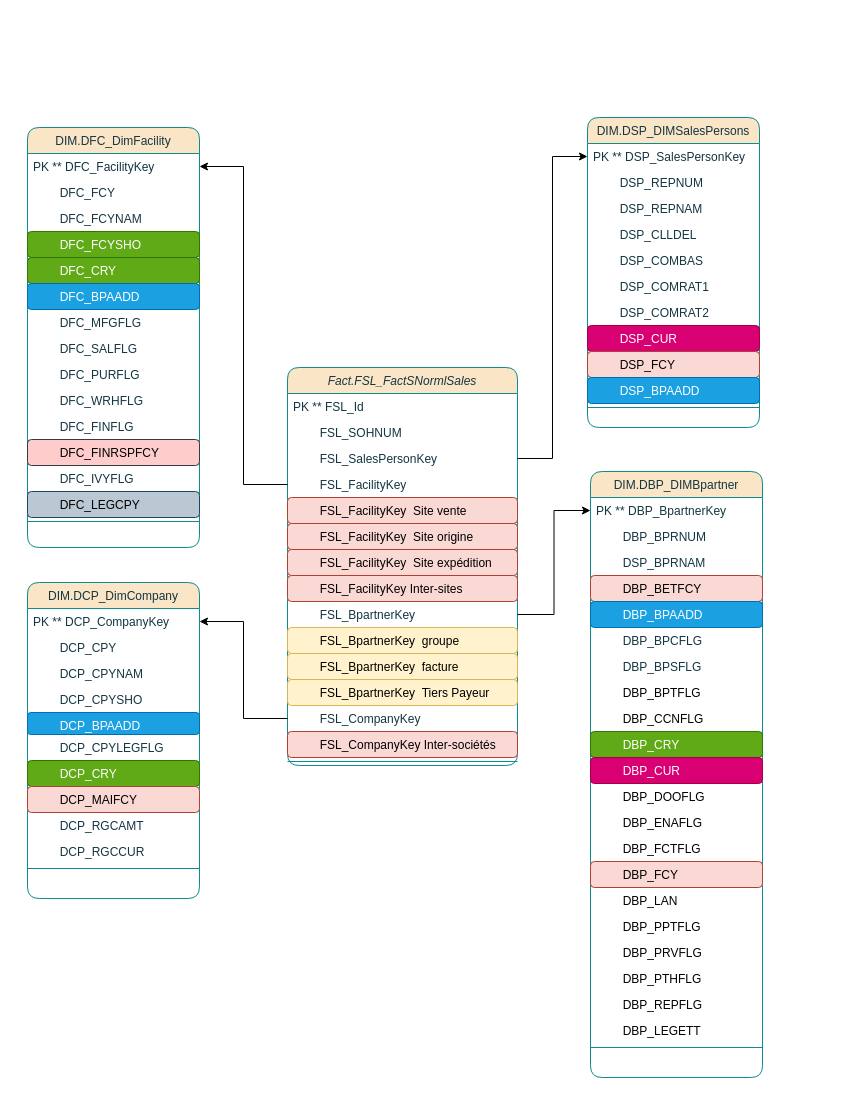
Earlier version of the draw.io diagram Diagramme de classe.drawio (BorchaniMohamed/BI_PROJECT_PFE). Source tidied: cells renumbered, new cells numbered last; positions are measured from the earlier drawing's top-left corner, leaving out a move shared by most shapes. Both pictures are drawn from the tidied source at 100%, with x=0, y=0 at pixel (27, 117).
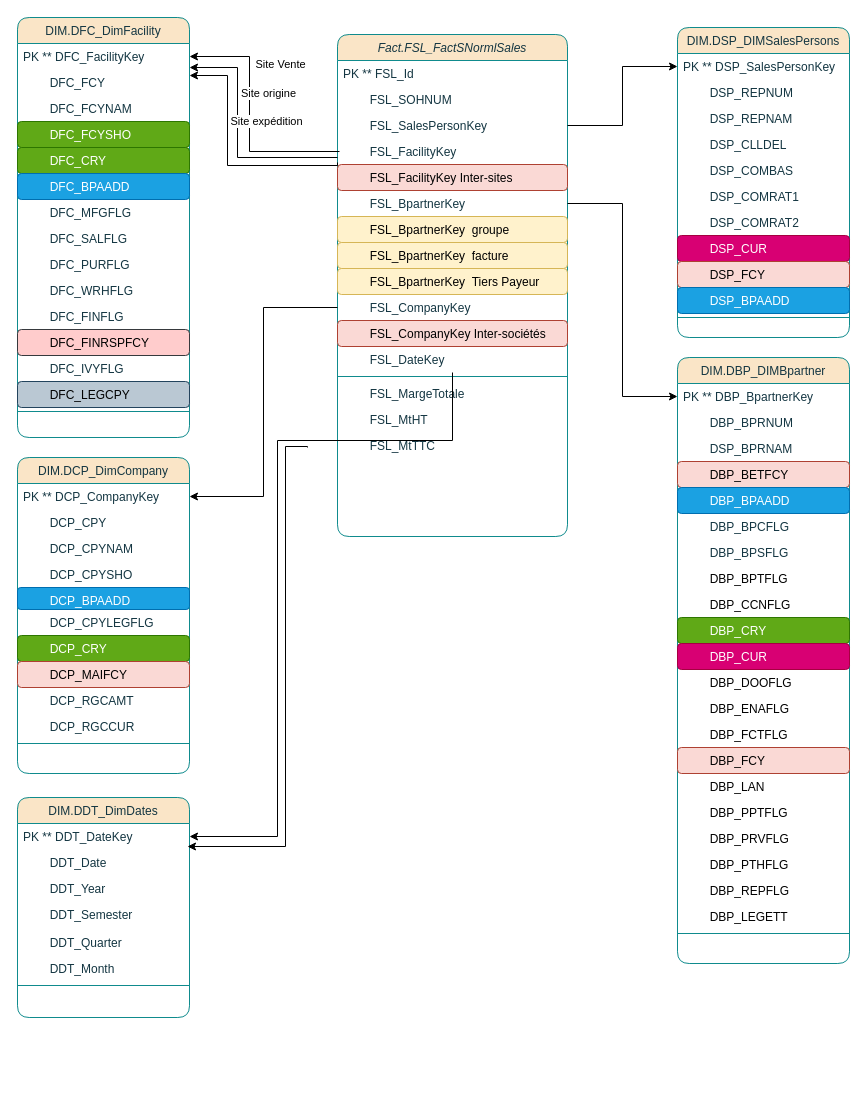
The same diagram, later.

Commit message:
Mettre à jour Diagramme de classe.drawio

The change refers to these unchanged cells:
```xml
<mxCell id="6" value="        FSL_FacilityKey" style="text;align=left;verticalAlign=top;spacingLeft=4;spacingRight=4;overflow=hidden;points=[[0,0.5],[1,0.5]];portConstraint=eastwest;rounded=1;shadow=0;html=0;labelBackgroundColor=none;fontColor=#143642;" parent="2" vertex="1">
  <mxGeometry y="104" width="230" height="26" as="geometry" />
</mxCell>
<mxCell id="32" value="PK ** DFC_FacilityKey" style="text;align=left;verticalAlign=top;spacingLeft=4;spacingRight=4;overflow=hidden;points=[[0,0.5],[1,0.5]];portConstraint=eastwest;labelBackgroundColor=none;fontColor=#143642;rounded=1;" parent="31" vertex="1">
  <mxGeometry y="26" width="172" height="26" as="geometry" />
</mxCell>
```

Diff of the diagram source:
```diff
@@
     <mxCell id="2" value="Fact.FSL_FactSNormlSales" style="swimlane;fontStyle=2;align=center;verticalAlign=top;horizontal=1;startSize=26;rounded=1;shadow=0;strokeWidth=1;labelBackgroundColor=none;fillColor=#FAE5C7;strokeColor=#0F8B8D;fontColor=#143642;" parent="1" vertex="1">
-      <mxGeometry x="260" y="250" width="230" height="398" as="geometry" />
+      <mxGeometry x="310" y="-83" width="230" height="502" as="geometry" />
     </mxCell>
@@
-    <mxCell id="7" value="        FSL_FacilityKey  Site vente " style="text;align=left;verticalAlign=top;spacingLeft=4;spacingRight=4;overflow=hidden;rounded=1;shadow=0;html=0;labelBackgroundColor=none;fillColor=#fad9d5;strokeColor=#ae4132;" parent="2" vertex="1">
-      <mxGeometry y="130" width="230" height="26" as="geometry" />
-    </mxCell>
-    <mxCell id="8" value="        FSL_FacilityKey  Site origine " style="text;align=left;verticalAlign=top;spacingLeft=4;spacingRight=4;overflow=hidden;rounded=1;shadow=0;html=0;labelBackgroundColor=none;fillColor=#fad9d5;strokeColor=#ae4132;" parent="2" vertex="1">
-      <mxGeometry y="156" width="230" height="26" as="geometry" />
-    </mxCell>
-    <mxCell id="9" value="        FSL_FacilityKey  Site expédition " style="text;align=left;verticalAlign=top;spacingLeft=4;spacingRight=4;overflow=hidden;rounded=1;shadow=0;html=0;labelBackgroundColor=none;fillColor=#fad9d5;strokeColor=#ae4132;" parent="2" vertex="1">
-      <mxGeometry y="182" width="230" height="26" as="geometry" />
-    </mxCell>
     <mxCell id="10" value="        FSL_FacilityKey Inter-sites " style="text;align=left;verticalAlign=top;spacingLeft=4;spacingRight=4;overflow=hidden;rounded=1;shadow=0;html=0;labelBackgroundColor=none;fillColor=#fad9d5;strokeColor=#ae4132;" parent="2" vertex="1">
-      <mxGeometry y="208" width="230" height="26" as="geometry" />
+      <mxGeometry y="130" width="230" height="26" as="geometry" />
     </mxCell>
     <mxCell id="11" value="        FSL_BpartnerKey" style="text;align=left;verticalAlign=top;spacingLeft=4;spacingRight=4;overflow=hidden;points=[[0,0.5],[1,0.5]];portConstraint=eastwest;rounded=1;shadow=0;html=0;labelBackgroundColor=none;fontColor=#143642;" parent="2" vertex="1">
-      <mxGeometry y="234" width="230" height="26" as="geometry" />
+      <mxGeometry y="156" width="230" height="26" as="geometry" />
     </mxCell>
     <mxCell id="12" value="        FSL_BpartnerKey  groupe" style="text;align=left;verticalAlign=top;spacingLeft=4;spacingRight=4;overflow=hidden;rounded=1;shadow=0;html=0;labelBackgroundColor=none;fillColor=#fff2cc;strokeColor=#d6b656;" parent="2" vertex="1">
-      <mxGeometry y="260" width="230" height="26" as="geometry" />
+      <mxGeometry y="182" width="230" height="26" as="geometry" />
     </mxCell>
     <mxCell id="13" value="        FSL_BpartnerKey  facture " style="text;align=left;verticalAlign=top;spacingLeft=4;spacingRight=4;overflow=hidden;rounded=1;shadow=0;html=0;labelBackgroundColor=none;fillColor=#fff2cc;strokeColor=#d6b656;" parent="2" vertex="1">
-      <mxGeometry y="286" width="230" height="26" as="geometry" />
+      <mxGeometry y="208" width="230" height="26" as="geometry" />
     </mxCell>
     <mxCell id="14" value="        FSL_BpartnerKey  Tiers Payeur " style="text;align=left;verticalAlign=top;spacingLeft=4;spacingRight=4;overflow=hidden;rounded=1;shadow=0;html=0;labelBackgroundColor=none;fillColor=#fff2cc;strokeColor=#d6b656;" parent="2" vertex="1">
-      <mxGeometry y="312" width="230" height="26" as="geometry" />
+      <mxGeometry y="234" width="230" height="26" as="geometry" />
     </mxCell>
     <mxCell id="15" value="        FSL_CompanyKey" style="text;align=left;verticalAlign=top;spacingLeft=4;spacingRight=4;overflow=hidden;points=[[0,0.5],[1,0.5]];portConstraint=eastwest;rounded=1;shadow=0;html=0;labelBackgroundColor=none;fontColor=#143642;" parent="2" vertex="1">
-      <mxGeometry y="338" width="230" height="26" as="geometry" />
+      <mxGeometry y="260" width="230" height="26" as="geometry" />
     </mxCell>
     <mxCell id="16" value="        FSL_CompanyKey Inter-sociétés" style="text;align=left;verticalAlign=top;spacingLeft=4;spacingRight=4;overflow=hidden;rounded=1;shadow=0;html=0;labelBackgroundColor=none;fillColor=#fad9d5;strokeColor=#ae4132;" parent="2" vertex="1">
-      <mxGeometry y="364" width="230" height="26" as="geometry" />
+      <mxGeometry y="286" width="230" height="26" as="geometry" />
     </mxCell>
+    <mxCell id="85" value="        FSL_DateKey" style="text;align=left;verticalAlign=top;spacingLeft=4;spacingRight=4;overflow=hidden;points=[[0,0.5],[1,0.5]];portConstraint=eastwest;rounded=1;shadow=0;html=0;labelBackgroundColor=none;fontColor=#143642;" parent="2" vertex="1">
+      <mxGeometry y="312" width="230" height="26" as="geometry" />
+    </mxCell>
     <mxCell id="17" style="line;html=1;strokeWidth=1;align=left;verticalAlign=middle;spacingTop=-1;spacingLeft=3;spacingRight=3;labelPosition=right;labelBackgroundColor=none;fillColor=#FAE5C7;strokeColor=#0F8B8D;fontColor=#143642;rounded=1;" parent="2" vertex="1">
-      <mxGeometry y="390" width="230" height="8" as="geometry" />
+      <mxGeometry y="338" width="230" height="8" as="geometry" />
     </mxCell>
+    <mxCell id="86" value="        FSL_MargeTotale" style="text;align=left;verticalAlign=top;spacingLeft=4;spacingRight=4;overflow=hidden;rounded=1;shadow=0;html=0;labelBackgroundColor=none;fontColor=#143642;" parent="2" vertex="1">
+      <mxGeometry y="346" width="230" height="26" as="geometry" />
+    </mxCell>
+    <mxCell id="87" value="        FSL_MtHT" style="text;align=left;verticalAlign=top;spacingLeft=4;spacingRight=4;overflow=hidden;rounded=1;shadow=0;html=0;labelBackgroundColor=none;fontColor=#143642;" parent="2" vertex="1">
+      <mxGeometry y="372" width="230" height="26" as="geometry" />
+    </mxCell>
+    <mxCell id="88" value="        FSL_MtTTC" style="text;align=left;verticalAlign=top;spacingLeft=4;spacingRight=4;overflow=hidden;rounded=1;shadow=0;html=0;labelBackgroundColor=none;fontColor=#143642;" parent="2" vertex="1">
+      <mxGeometry y="398" width="230" height="26" as="geometry" />
+    </mxCell>
     <mxCell id="18" value="DIM.DSP_DIMSalesPersons" style="swimlane;fontStyle=0;align=center;verticalAlign=top;horizontal=1;startSize=26;rounded=1;shadow=0;strokeWidth=1;fillColor=#FAE5C7;strokeColor=#0F8B8D;labelBackgroundColor=none;fontColor=#143642;" parent="1" vertex="1">
-      <mxGeometry x="560" width="172" height="310" as="geometry" />
+      <mxGeometry x="650" y="-90" width="172" height="310" as="geometry" />
     </mxCell>
@@
     <mxCell id="31" value="DIM.DFC_DimFacility" style="swimlane;fontStyle=0;align=center;verticalAlign=top;horizontal=1;startSize=26;rounded=1;shadow=0;strokeWidth=1;fillColor=#FAE5C7;strokeColor=#0F8B8D;labelBackgroundColor=none;fontColor=#143642;" parent="1" vertex="1">
-      <mxGeometry y="10" width="172" height="420" as="geometry" />
+      <mxGeometry x="-10" y="-100" width="172" height="420" as="geometry" />
     </mxCell>
@@
-    <mxCell id="47" style="edgeStyle=orthogonalEdgeStyle;rounded=0;jettySize=auto;html=1;" parent="1" edge="1" source="6" target="32">
-      <mxGeometry relative="1" as="geometry" />
+    <mxCell id="47" style="edgeStyle=orthogonalEdgeStyle;rounded=0;jettySize=auto;html=1;" parent="1" edge="1" target="32">
+      <mxGeometry relative="1" as="geometry">
+        <mxPoint x="312" y="34" as="sourcePoint" />
+        <Array as="points">
+          <mxPoint x="222" y="34" />
+          <mxPoint x="222" y="-61" />
+        </Array>
+      </mxGeometry>
     </mxCell>
+    <mxCell id="89" value="Site Vente" style="edgeLabel;html=1;align=center;verticalAlign=middle;" parent="47" vertex="1">
+      <mxGeometry x="0.25" y="-5" relative="1" as="geometry">
+        <mxPoint x="25" y="-25" as="offset" />
+      </mxGeometry>
+    </mxCell>
     <mxCell id="48" value="DIM.DBP_DIMBpartner" style="swimlane;fontStyle=0;align=center;verticalAlign=top;horizontal=1;startSize=26;rounded=1;shadow=0;strokeWidth=1;fillColor=#FAE5C7;strokeColor=#0F8B8D;labelBackgroundColor=none;fontColor=#143642;" parent="1" vertex="1">
-      <mxGeometry x="563" y="354" width="172" height="606" as="geometry" />
+      <mxGeometry x="650" y="240" width="172" height="606" as="geometry" />
     </mxCell>
@@
     <mxCell id="72" value="DIM.DCP_DimCompany" style="swimlane;fontStyle=0;align=center;verticalAlign=top;horizontal=1;startSize=26;rounded=1;shadow=0;strokeWidth=1;fillColor=#FAE5C7;strokeColor=#0F8B8D;labelBackgroundColor=none;fontColor=#143642;" parent="1" vertex="1">
-      <mxGeometry y="465" width="172" height="316" as="geometry" />
+      <mxGeometry x="-10" y="340" width="172" height="316" as="geometry" />
     </mxCell>
@@
+    <mxCell id="90" value="DIM.DDT_DimDates" style="swimlane;fontStyle=0;align=center;verticalAlign=top;horizontal=1;startSize=26;rounded=1;shadow=0;strokeWidth=1;fillColor=#FAE5C7;strokeColor=#0F8B8D;labelBackgroundColor=none;fontColor=#143642;" parent="1" vertex="1">
+      <mxGeometry x="-10" y="680" width="172" height="220" as="geometry" />
+    </mxCell>
+    <mxCell id="91" value="PK ** DDT_DateKey" style="text;align=left;verticalAlign=top;spacingLeft=4;spacingRight=4;overflow=hidden;points=[[0,0.5],[1,0.5]];portConstraint=eastwest;labelBackgroundColor=none;fontColor=#143642;rounded=1;" parent="90" vertex="1">
+      <mxGeometry y="26" width="172" height="26" as="geometry" />
+    </mxCell>
+    <mxCell id="92" value="        DDT_Date&#10;" style="text;align=left;verticalAlign=top;spacingLeft=4;spacingRight=4;overflow=hidden;labelBackgroundColor=none;fontColor=#143642;rounded=1;" parent="90" vertex="1">
+      <mxGeometry y="52" width="172" height="26" as="geometry" />
+    </mxCell>
+    <mxCell id="93" value="        DDT_Year&#10;" style="text;align=left;verticalAlign=top;spacingLeft=4;spacingRight=4;overflow=hidden;labelBackgroundColor=none;fontColor=#143642;rounded=1;" parent="90" vertex="1">
+      <mxGeometry y="78" width="172" height="26" as="geometry" />
+    </mxCell>
+    <mxCell id="94" value="        DDT_Semester&#10;" style="text;align=left;verticalAlign=top;spacingLeft=4;spacingRight=4;overflow=hidden;labelBackgroundColor=none;fontColor=#143642;rounded=1;" parent="90" vertex="1">
+      <mxGeometry y="104" width="172" height="28" as="geometry" />
+    </mxCell>
+    <mxCell id="95" value="        DDT_Quarter" style="text;align=left;verticalAlign=top;spacingLeft=4;spacingRight=4;overflow=hidden;labelBackgroundColor=none;fontColor=#143642;rounded=1;" parent="90" vertex="1">
+      <mxGeometry y="132" width="172" height="26" as="geometry" />
+    </mxCell>
+    <mxCell id="96" value="        DDT_Month&#10;" style="text;align=left;verticalAlign=top;spacingLeft=4;spacingRight=4;overflow=hidden;labelBackgroundColor=none;fontColor=#143642;rounded=1;" parent="90" vertex="1">
+      <mxGeometry y="158" width="172" height="26" as="geometry" />
+    </mxCell>
+    <mxCell id="97" style="line;html=1;strokeWidth=1;align=left;verticalAlign=middle;spacingTop=-1;spacingLeft=3;spacingRight=3;labelPosition=right;labelBackgroundColor=none;fillColor=#FAE5C7;strokeColor=#0F8B8D;fontColor=#143642;rounded=1;" parent="90" vertex="1">
+      <mxGeometry y="184" width="172" height="8" as="geometry" />
+    </mxCell>
+    <mxCell id="98" style="edgeStyle=orthogonalEdgeStyle;rounded=0;jettySize=auto;html=1;" parent="1" edge="1" source="85" target="91">
+      <mxGeometry relative="1" as="geometry">
+        <Array as="points">
+          <mxPoint x="250" y="323" />
+          <mxPoint x="250" y="719" />
+        </Array>
+      </mxGeometry>
+    </mxCell>
+    <mxCell id="99" style="edgeStyle=orthogonalEdgeStyle;rounded=0;orthogonalLoop=1;jettySize=auto;html=1;" parent="1" edge="1">
+      <mxGeometry relative="1" as="geometry">
+        <mxPoint x="280" y="330" as="sourcePoint" />
+        <mxPoint x="160" y="729" as="targetPoint" />
+        <Array as="points">
+          <mxPoint x="258" y="329" />
+          <mxPoint x="258" y="729" />
+        </Array>
+      </mxGeometry>
+    </mxCell>
+    <mxCell id="100" style="edgeStyle=orthogonalEdgeStyle;rounded=0;jettySize=auto;html=1;" parent="1" edge="1" source="6" target="32">
+      <mxGeometry relative="1" as="geometry">
+        <Array as="points">
+          <mxPoint x="210" y="40" />
+          <mxPoint x="210" y="-50" />
+        </Array>
+      </mxGeometry>
+    </mxCell>
+    <mxCell id="101" value="Site origine" style="edgeLabel;html=1;align=center;verticalAlign=middle;" parent="100" vertex="1">
+      <mxGeometry x="0.37" y="3" relative="1" as="geometry">
+        <mxPoint x="33" y="-2" as="offset" />
+      </mxGeometry>
+    </mxCell>
+    <mxCell id="102" style="edgeStyle=orthogonalEdgeStyle;rounded=0;orthogonalLoop=1;jettySize=auto;html=1;" parent="1" edge="1">
+      <mxGeometry relative="1" as="geometry">
+        <mxPoint x="310" y="45" as="sourcePoint" />
+        <mxPoint x="162" y="-42" as="targetPoint" />
+        <Array as="points">
+          <mxPoint x="310" y="48" />
+          <mxPoint x="200" y="48" />
+          <mxPoint x="200" y="-42" />
+          <mxPoint x="162" y="-42" />
+        </Array>
+      </mxGeometry>
+    </mxCell>
+    <mxCell id="103" value="Site expédition" style="edgeLabel;html=1;align=center;verticalAlign=middle;" parent="102" vertex="1">
+      <mxGeometry x="0.24" relative="1" as="geometry">
+        <mxPoint x="38" y="-9" as="offset" />
+      </mxGeometry>
+    </mxCell>
```
